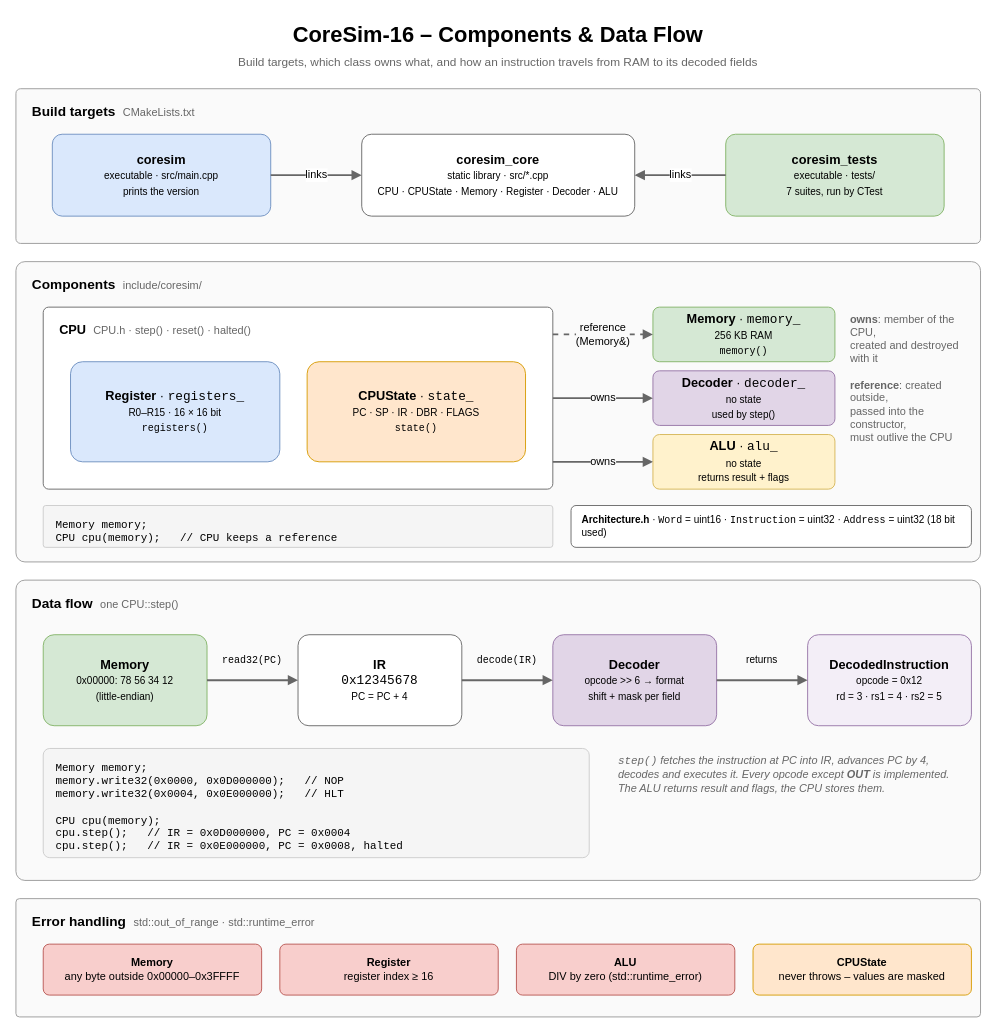
Above: diagrams/data-flow.drawio in kpolet2010-hue/CoreSim (draw.io), before the change. Source tidied: cells renumbered, new cells numbered last; positions are measured from the earlier drawing's top-left corner, leaving out a move shared by most shapes. Both pictures are drawn from the tidied source at 91%, with x=0, y=0 at pixel (15, 15).
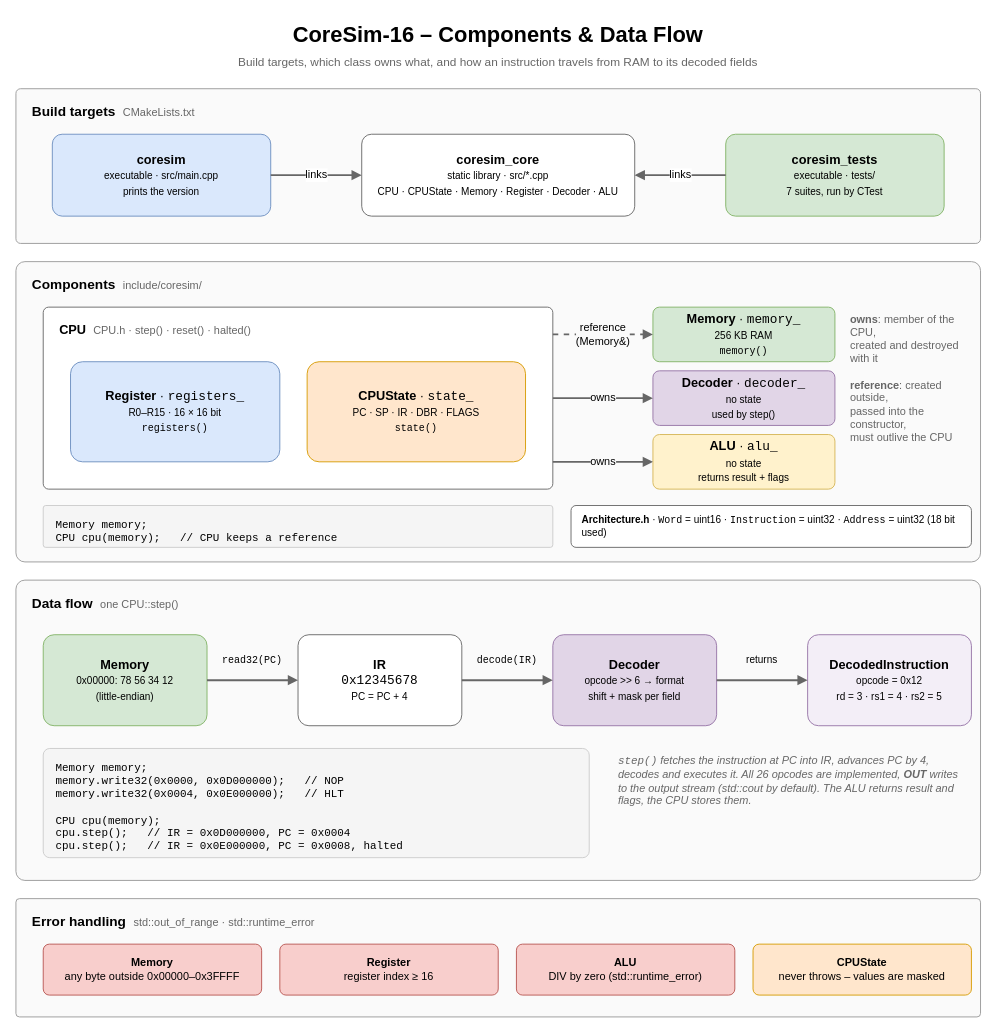
The same page after the edit.

Commit message (it also covers changes not shown here):
docs: document OUT and the CPU output stream

Change to the diagram source:
```diff
@@
-    <mxCell id="35" value="&lt;i&gt;&lt;code&gt;step()&lt;/code&gt; fetches the instruction at PC into IR, advances PC by 4, decodes and executes it. Every opcode except &lt;b&gt;OUT&lt;/b&gt; is implemented. The ALU returns result and flags, the CPU stores them.&lt;/i&gt;" style="text;html=1;strokeColor=none;fillColor=none;whiteSpace=wrap;fontFamily=Helvetica;fontSize=12;fontColor=#666666;align=left;" parent="1" vertex="1">
+    <mxCell id="35" value="&lt;i&gt;&lt;code&gt;step()&lt;/code&gt; fetches the instruction at PC into IR, advances PC by 4, decodes and executes it. All 26 opcodes are implemented, &lt;b&gt;OUT&lt;/b&gt; writes to the output stream (std::cout by default). The ALU returns result and flags, the CPU stores them.&lt;/i&gt;" style="text;html=1;strokeColor=none;fillColor=none;whiteSpace=wrap;fontFamily=Helvetica;fontSize=12;fontColor=#666666;align=left;" parent="1" vertex="1">
       <mxGeometry x="660" y="805" width="380" height="90" as="geometry" />
     </mxCell>
```
